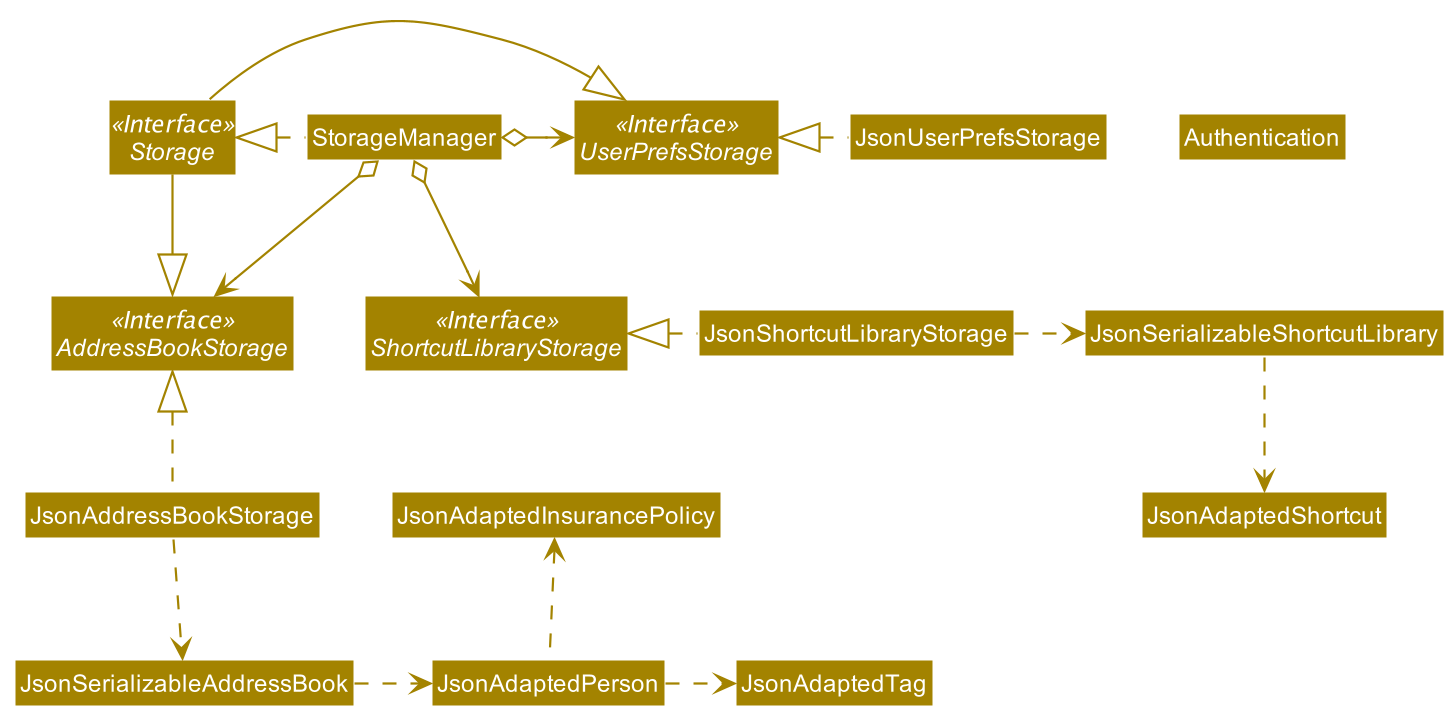
This is docs/images/StorageClassDiagram.png from nus-cs2103-AY2021S2/tp, a PlantUML export, as it was before one commit.
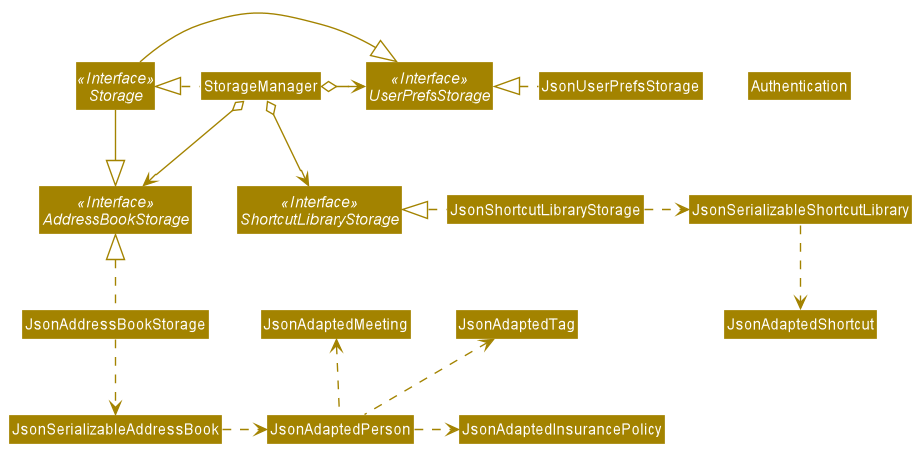
Above is the later version.

What changed in the source:
```diff
@@ -29,8 +29,9 @@
 
 JsonAddressBookStorage .down.> JsonSerializableAddressBook
 JsonSerializableAddressBook .right.> JsonAdaptedPerson
-JsonAdaptedPerson .right.> JsonAdaptedTag
-JsonAdaptedPerson .up.> JsonAdaptedInsurancePolicy
+JsonAdaptedPerson .up.> JsonAdaptedTag
+JsonAdaptedPerson .right.> JsonAdaptedInsurancePolicy
+JsonAdaptedPerson .up.> JsonAdaptedMeeting
 JsonShortcutLibraryStorage .right.> JsonSerializableShortcutLibrary
 JsonSerializableShortcutLibrary .down.> JsonAdaptedShortcut
 
```
